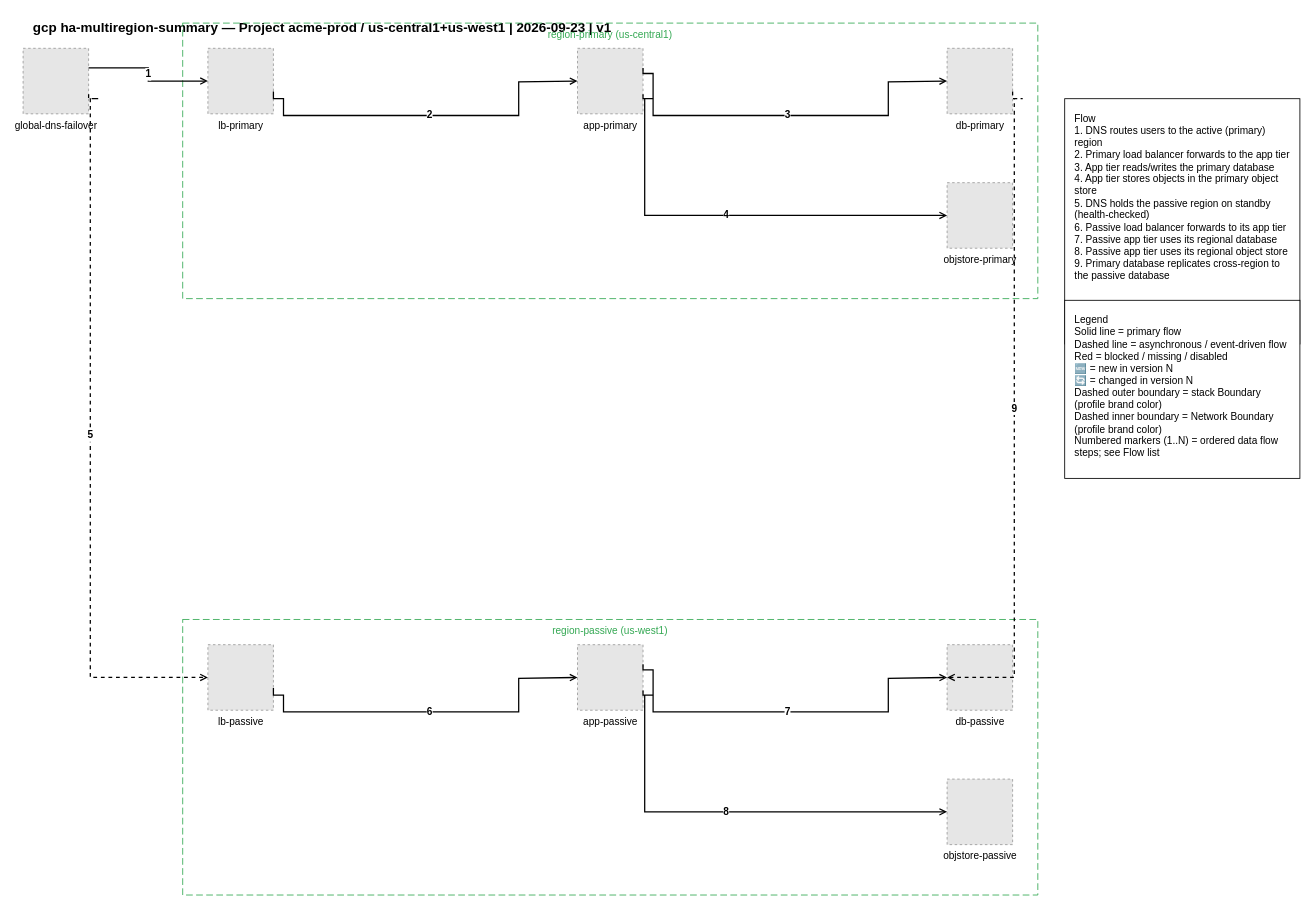
totoshko88/Cloud_Architecture keeps this draw.io diagram as examples/gcp/02-gcp-ha-multiregion-summary.drawio. Above is the earlier version. Source tidied: cells renumbered, new cells numbered last; positions are measured from the earlier drawing's top-left corner, leaving out a move shared by most shapes. Both pictures are drawn from the tidied source at 84%, with x=0, y=0 at pixel (23, 14). Pictures stored in the file or linked from it are replaced by grey dashed boxes.
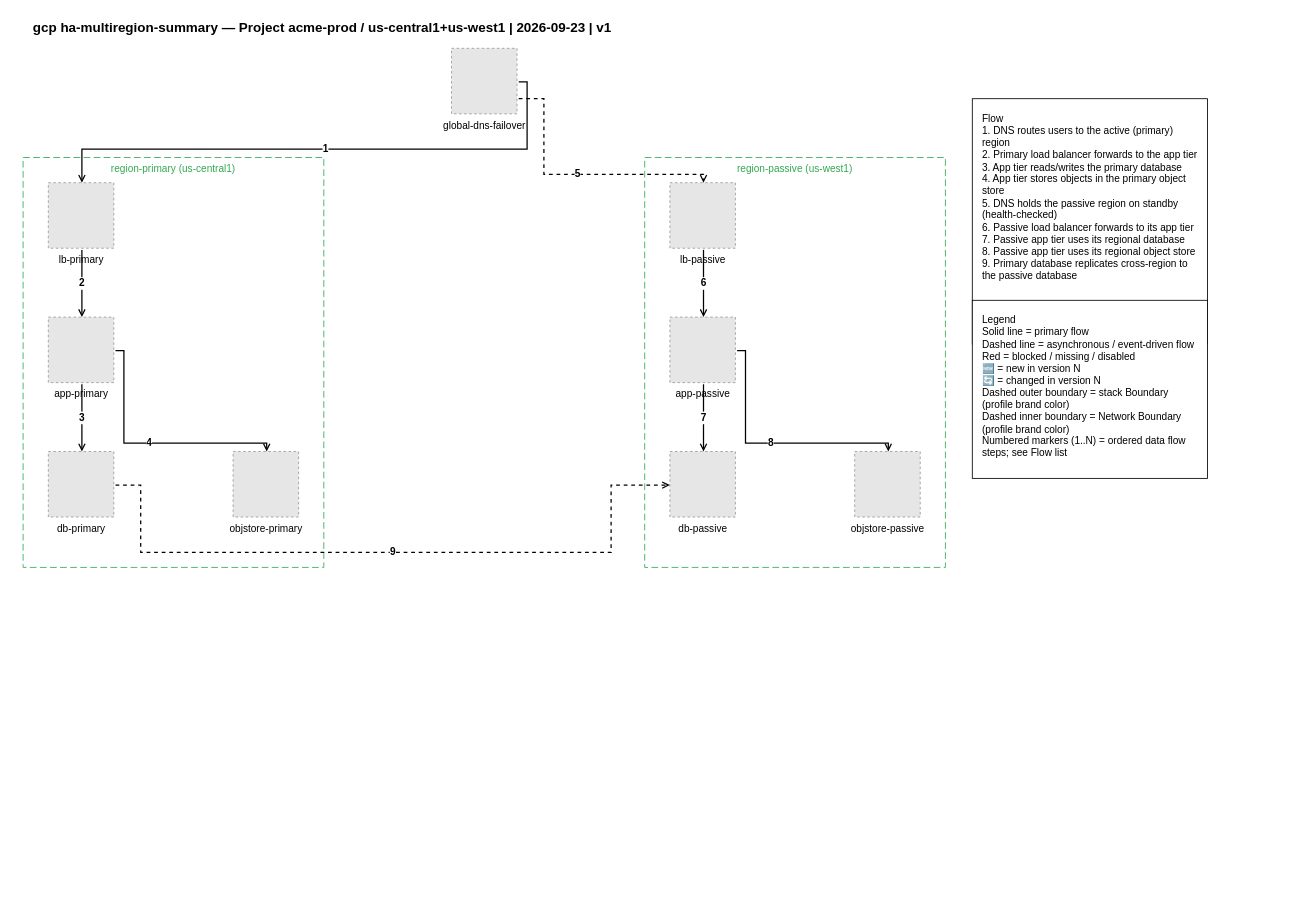
The same page after the edit.

Change to the diagram source:
```diff
@@
     <mxCell id="3" value="region-primary (us-central1)" style="rounded=0;whiteSpace=wrap;html=1;dashed=1;dashPattern=8 4;strokeColor=#34A853;fillColor=none;verticalAlign=top;fontColor=#34A853;fontSize=12;" parent="1" vertex="1">
-      <mxGeometry x="190" y="10" width="1018" height="328" as="geometry" />
+      <mxGeometry y="170" width="358" height="488" as="geometry" />
     </mxCell>
     <mxCell id="4" value="region-passive (us-west1)" style="rounded=0;whiteSpace=wrap;html=1;dashed=1;dashPattern=8 4;strokeColor=#34A853;fillColor=none;verticalAlign=top;fontColor=#34A853;fontSize=12;" parent="1" vertex="1">
-      <mxGeometry x="190" y="720" width="1018" height="328" as="geometry" />
+      <mxGeometry x="740" y="170" width="358" height="488" as="geometry" />
     </mxCell>
     <mxCell id="5" value="global-dns-failover" style="fillColor=#E6E6E6;strokeColor=#999999;dashed=1;verticalLabelPosition=bottom;verticalAlign=top;html=1;align=center;fontSize=12;" parent="1" vertex="1">
-      <mxGeometry y="40" width="78" height="78" as="geometry" />
+      <mxGeometry x="510" y="40" width="78" height="78" as="geometry" />
     </mxCell>
     <mxCell id="6" value="lb-primary" style="fillColor=#E6E6E6;strokeColor=#999999;dashed=1;verticalLabelPosition=bottom;verticalAlign=top;html=1;align=center;fontSize=12;" parent="1" vertex="1">
-      <mxGeometry x="220" y="40" width="78" height="78" as="geometry" />
+      <mxGeometry x="30" y="200" width="78" height="78" as="geometry" />
     </mxCell>
     <mxCell id="7" value="app-primary" style="fillColor=#E6E6E6;strokeColor=#999999;dashed=1;verticalLabelPosition=bottom;verticalAlign=top;html=1;align=center;fontSize=12;" parent="1" vertex="1">
-      <mxGeometry x="660" y="40" width="78" height="78" as="geometry" />
+      <mxGeometry x="30" y="360" width="78" height="78" as="geometry" />
     </mxCell>
     <mxCell id="8" value="db-primary" style="fillColor=#E6E6E6;strokeColor=#999999;dashed=1;verticalLabelPosition=bottom;verticalAlign=top;html=1;align=center;fontSize=12;" parent="1" vertex="1">
-      <mxGeometry x="1100" y="40" width="78" height="78" as="geometry" />
+      <mxGeometry x="30" y="520" width="78" height="78" as="geometry" />
     </mxCell>
     <mxCell id="9" value="objstore-primary" style="fillColor=#E6E6E6;strokeColor=#999999;dashed=1;verticalLabelPosition=bottom;verticalAlign=top;html=1;align=center;fontSize=12;" parent="1" vertex="1">
-      <mxGeometry x="1100" y="200" width="78" height="78" as="geometry" />
+      <mxGeometry x="250" y="520" width="78" height="78" as="geometry" />
     </mxCell>
     <mxCell id="10" value="lb-passive" style="fillColor=#E6E6E6;strokeColor=#999999;dashed=1;verticalLabelPosition=bottom;verticalAlign=top;html=1;align=center;fontSize=12;" parent="1" vertex="1">
-      <mxGeometry x="220" y="750" width="78" height="78" as="geometry" />
+      <mxGeometry x="770" y="200" width="78" height="78" as="geometry" />
     </mxCell>
     <mxCell id="11" value="app-passive" style="fillColor=#E6E6E6;strokeColor=#999999;dashed=1;verticalLabelPosition=bottom;verticalAlign=top;html=1;align=center;fontSize=12;" parent="1" vertex="1">
-      <mxGeometry x="660" y="750" width="78" height="78" as="geometry" />
+      <mxGeometry x="770" y="360" width="78" height="78" as="geometry" />
     </mxCell>
     <mxCell id="12" value="db-passive" style="fillColor=#E6E6E6;strokeColor=#999999;dashed=1;verticalLabelPosition=bottom;verticalAlign=top;html=1;align=center;fontSize=12;" parent="1" vertex="1">
-      <mxGeometry x="1100" y="750" width="78" height="78" as="geometry" />
+      <mxGeometry x="770" y="520" width="78" height="78" as="geometry" />
     </mxCell>
     <mxCell id="13" value="objstore-passive" style="fillColor=#E6E6E6;strokeColor=#999999;dashed=1;verticalLabelPosition=bottom;verticalAlign=top;html=1;align=center;fontSize=12;" parent="1" vertex="1">
-      <mxGeometry x="1100" y="910" width="78" height="78" as="geometry" />
+      <mxGeometry x="990" y="520" width="78" height="78" as="geometry" />
     </mxCell>
-    <mxCell id="14" value="1" style="edgeStyle=orthogonalEdgeStyle;rounded=0;html=1;endArrow=open;endFill=0;strokeWidth=1.5;exitX=1.0;exitY=0.3;exitDx=0;exitDy=0;exitPerimeter=0;entryX=0.0;entryY=0.5;entryDx=0;entryDy=0;fontSize=12;fontStyle=1;" parent="1" edge="1" source="5" target="6">
-      <mxGeometry relative="1" as="geometry" />
+    <mxCell id="14" value="1" style="edgeStyle=orthogonalEdgeStyle;rounded=0;html=1;endArrow=open;endFill=0;strokeWidth=1.5;exitX=1.0256410256410255;exitY=0.5128205128205128;exitDx=0;exitDy=0;exitPerimeter=0;entryX=0.5128205128205128;entryY=0.0;entryDx=0;entryDy=0;fontSize=12;fontStyle=1;" parent="1" edge="1" source="5" target="6">
+      <mxGeometry relative="1" as="geometry">
+        <Array as="points">
+          <mxPoint x="600" y="80" />
+          <mxPoint x="600" y="160" />
+          <mxPoint x="70" y="160" />
+          <mxPoint x="70" y="200" />
+        </Array>
+      </mxGeometry>
     </mxCell>
-    <mxCell id="15" value="2" style="edgeStyle=orthogonalEdgeStyle;rounded=0;html=1;endArrow=open;endFill=0;strokeWidth=1.5;exitX=1.0;exitY=0.66;exitDx=0;exitDy=0;exitPerimeter=0;entryX=0.0;entryY=0.5;entryDx=0;entryDy=0;fontSize=12;fontStyle=1;" parent="1" edge="1" source="6" target="7">
-      <mxGeometry relative="1" as="geometry">
-        <Array as="points">
-          <mxPoint x="310" y="100" />
-          <mxPoint x="310" y="120" />
-          <mxPoint x="590" y="120" />
-          <mxPoint x="590" y="80" />
-        </Array>
-      </mxGeometry>
+    <mxCell id="15" value="2" style="edgeStyle=orthogonalEdgeStyle;rounded=0;html=1;endArrow=open;endFill=0;strokeWidth=1.5;exitX=0.5128205128205128;exitY=1.0256410256410255;exitDx=0;exitDy=0;exitPerimeter=0;entryX=0.5128205128205128;entryY=0.0;entryDx=0;entryDy=0;fontSize=12;fontStyle=1;" parent="1" edge="1" source="6" target="7">
+      <mxGeometry relative="1" as="geometry" />
     </mxCell>
-    <mxCell id="16" value="3" style="edgeStyle=orthogonalEdgeStyle;rounded=0;html=1;endArrow=open;endFill=0;strokeWidth=1.5;exitX=1.0;exitY=0.3;exitDx=0;exitDy=0;exitPerimeter=0;entryX=0.0;entryY=0.5;entryDx=0;entryDy=0;fontSize=12;fontStyle=1;" parent="1" edge="1" source="7" target="8">
-      <mxGeometry relative="1" as="geometry">
-        <Array as="points">
-          <mxPoint x="750" y="70" />
-          <mxPoint x="750" y="120" />
-          <mxPoint x="1030" y="120" />
-          <mxPoint x="1030" y="80" />
-        </Array>
-      </mxGeometry>
+    <mxCell id="16" value="3" style="edgeStyle=orthogonalEdgeStyle;rounded=0;html=1;endArrow=open;endFill=0;strokeWidth=1.5;exitX=0.5128205128205128;exitY=1.0256410256410255;exitDx=0;exitDy=0;exitPerimeter=0;entryX=0.5128205128205128;entryY=0.0;entryDx=0;entryDy=0;fontSize=12;fontStyle=1;" parent="1" edge="1" source="7" target="8">
+      <mxGeometry relative="1" as="geometry" />
     </mxCell>
-    <mxCell id="17" value="4" style="edgeStyle=orthogonalEdgeStyle;rounded=0;html=1;endArrow=open;endFill=0;strokeWidth=1.5;exitX=1.0;exitY=0.7;exitDx=0;exitDy=0;exitPerimeter=0;entryX=0.0;entryY=0.5;entryDx=0;entryDy=0;fontSize=12;fontStyle=1;" parent="1" edge="1" source="7" target="9">
+    <mxCell id="17" value="4" style="edgeStyle=orthogonalEdgeStyle;rounded=0;html=1;endArrow=open;endFill=0;strokeWidth=1.5;exitX=1.0256410256410255;exitY=0.5128205128205128;exitDx=0;exitDy=0;exitPerimeter=0;entryX=0.5128205128205128;entryY=0.0;entryDx=0;entryDy=0;fontSize=12;fontStyle=1;" parent="1" edge="1" source="7" target="9">
       <mxGeometry relative="1" as="geometry">
         <Array as="points">
-          <mxPoint x="750" y="100" />
-          <mxPoint x="740" y="100" />
-          <mxPoint x="740" y="240" />
+          <mxPoint x="120" y="400" />
+          <mxPoint x="120" y="510" />
+          <mxPoint x="290" y="510" />
+          <mxPoint x="290" y="520" />
         </Array>
       </mxGeometry>
     </mxCell>
-    <mxCell id="18" value="5" style="edgeStyle=orthogonalEdgeStyle;rounded=0;html=1;endArrow=open;endFill=0;strokeWidth=1.5;dashed=1;exitX=1.0;exitY=0.7;exitDx=0;exitDy=0;exitPerimeter=0;entryX=0.0;entryY=0.5;entryDx=0;entryDy=0;fontSize=12;fontStyle=1;" parent="1" edge="1" source="5" target="10">
+    <mxCell id="18" value="5" style="edgeStyle=orthogonalEdgeStyle;rounded=0;html=1;endArrow=open;endFill=0;strokeWidth=1.5;dashed=1;exitX=1.0256410256410255;exitY=0.7692307692307693;exitDx=0;exitDy=0;exitPerimeter=0;entryX=0.5128205128205128;entryY=0.0;entryDx=0;entryDy=0;fontSize=12;fontStyle=1;" parent="1" edge="1" source="5" target="10">
       <mxGeometry relative="1" as="geometry">
         <Array as="points">
-          <mxPoint x="90" y="100" />
-          <mxPoint x="80" y="100" />
-          <mxPoint x="80" y="790" />
+          <mxPoint x="620" y="100" />
+          <mxPoint x="620" y="190" />
+          <mxPoint x="810" y="190" />
+          <mxPoint x="810" y="200" />
         </Array>
       </mxGeometry>
     </mxCell>
-    <mxCell id="19" value="6" style="edgeStyle=orthogonalEdgeStyle;rounded=0;html=1;endArrow=open;endFill=0;strokeWidth=1.5;exitX=1.0;exitY=0.66;exitDx=0;exitDy=0;exitPerimeter=0;entryX=0.0;entryY=0.5;entryDx=0;entryDy=0;fontSize=12;fontStyle=1;" parent="1" edge="1" source="10" target="11">
-      <mxGeometry relative="1" as="geometry">
-        <Array as="points">
-          <mxPoint x="310" y="810" />
-          <mxPoint x="310" y="830" />
-          <mxPoint x="590" y="830" />
-          <mxPoint x="590" y="790" />
-        </Array>
-      </mxGeometry>
+    <mxCell id="19" value="6" style="edgeStyle=orthogonalEdgeStyle;rounded=0;html=1;endArrow=open;endFill=0;strokeWidth=1.5;exitX=0.5128205128205128;exitY=1.0256410256410255;exitDx=0;exitDy=0;exitPerimeter=0;entryX=0.5128205128205128;entryY=0.0;entryDx=0;entryDy=0;fontSize=12;fontStyle=1;" parent="1" edge="1" source="10" target="11">
+      <mxGeometry relative="1" as="geometry" />
     </mxCell>
-    <mxCell id="20" value="7" style="edgeStyle=orthogonalEdgeStyle;rounded=0;html=1;endArrow=open;endFill=0;strokeWidth=1.5;exitX=1.0;exitY=0.3;exitDx=0;exitDy=0;exitPerimeter=0;entryX=0.0;entryY=0.5;entryDx=0;entryDy=0;fontSize=12;fontStyle=1;" parent="1" edge="1" source="11" target="12">
-      <mxGeometry relative="1" as="geometry">
-        <Array as="points">
-          <mxPoint x="750" y="780" />
-          <mxPoint x="750" y="830" />
-          <mxPoint x="1030" y="830" />
-          <mxPoint x="1030" y="790" />
-        </Array>
-      </mxGeometry>
+    <mxCell id="20" value="7" style="edgeStyle=orthogonalEdgeStyle;rounded=0;html=1;endArrow=open;endFill=0;strokeWidth=1.5;exitX=0.5128205128205128;exitY=1.0256410256410255;exitDx=0;exitDy=0;exitPerimeter=0;entryX=0.5128205128205128;entryY=0.0;entryDx=0;entryDy=0;fontSize=12;fontStyle=1;" parent="1" edge="1" source="11" target="12">
+      <mxGeometry relative="1" as="geometry" />
     </mxCell>
-    <mxCell id="21" value="8" style="edgeStyle=orthogonalEdgeStyle;rounded=0;html=1;endArrow=open;endFill=0;strokeWidth=1.5;exitX=1.0;exitY=0.7;exitDx=0;exitDy=0;exitPerimeter=0;entryX=0.0;entryY=0.5;entryDx=0;entryDy=0;fontSize=12;fontStyle=1;" parent="1" edge="1" source="11" target="13">
+    <mxCell id="21" value="8" style="edgeStyle=orthogonalEdgeStyle;rounded=0;html=1;endArrow=open;endFill=0;strokeWidth=1.5;exitX=1.0256410256410255;exitY=0.5128205128205128;exitDx=0;exitDy=0;exitPerimeter=0;entryX=0.5128205128205128;entryY=0.0;entryDx=0;entryDy=0;fontSize=12;fontStyle=1;" parent="1" edge="1" source="11" target="13">
       <mxGeometry relative="1" as="geometry">
         <Array as="points">
-          <mxPoint x="750" y="810" />
-          <mxPoint x="740" y="810" />
-          <mxPoint x="740" y="950" />
+          <mxPoint x="860" y="400" />
+          <mxPoint x="860" y="510" />
+          <mxPoint x="1030" y="510" />
+          <mxPoint x="1030" y="520" />
         </Array>
       </mxGeometry>
     </mxCell>
-    <mxCell id="22" value="9" style="edgeStyle=orthogonalEdgeStyle;rounded=0;html=1;endArrow=open;endFill=0;strokeWidth=1.5;dashed=1;exitX=1.0;exitY=0.66;exitDx=0;exitDy=0;exitPerimeter=0;entryX=0.0;entryY=0.5;entryDx=0;entryDy=0;fontSize=12;fontStyle=1;" parent="1" edge="1" source="8" target="12">
+    <mxCell id="22" value="9" style="edgeStyle=orthogonalEdgeStyle;rounded=0;html=1;endArrow=open;endFill=0;strokeWidth=1.5;dashed=1;exitX=1.0256410256410255;exitY=0.5128205128205128;exitDx=0;exitDy=0;exitPerimeter=0;entryX=0.0;entryY=0.5128205128205128;entryDx=0;entryDy=0;fontSize=12;fontStyle=1;" parent="1" edge="1" source="8" target="12">
       <mxGeometry relative="1" as="geometry">
         <Array as="points">
-          <mxPoint x="1190" y="100" />
-          <mxPoint x="1180" y="100" />
-          <mxPoint x="1180" y="790" />
+          <mxPoint x="140" y="560" />
+          <mxPoint x="140" y="640" />
+          <mxPoint x="700" y="640" />
+          <mxPoint x="700" y="560" />
         </Array>
       </mxGeometry>
     </mxCell>
     <mxCell id="23" value="Flow&#10;1. DNS routes users to the active (primary) region&#10;2. Primary load balancer forwards to the app tier&#10;3. App tier reads/writes the primary database&#10;4. App tier stores objects in the primary object store&#10;5. DNS holds the passive region on standby (health-checked)&#10;6. Passive load balancer forwards to its app tier&#10;7. Passive app tier uses its regional database&#10;8. Passive app tier uses its regional object store&#10;9. Primary database replicates cross-region to the passive database" style="text;html=1;align=left;verticalAlign=top;fontSize=12;whiteSpace=wrap;strokeColor=#000000;fillColor=#FFFFFF;spacingLeft=10;spacingRight=10;spacingTop=10;spacingBottom=10;" parent="1" vertex="1">
-      <mxGeometry x="1240" y="100" width="280" height="292" as="geometry" />
+      <mxGeometry x="1130" y="100" width="280" height="292" as="geometry" />
     </mxCell>
     <mxCell id="24" value="Legend&#10;Solid line = primary flow&#10;Dashed line = asynchronous / event-driven flow&#10;Red = blocked / missing / disabled&#10;🆕 = new in version N&#10;🔄 = changed in version N&#10;Dashed outer boundary = stack Boundary (profile brand color)&#10;Dashed inner boundary = Network Boundary (profile brand color)&#10;Numbered markers (1..N) = ordered data flow steps; see Flow list" style="text;html=1;align=left;verticalAlign=top;fontSize=12;whiteSpace=wrap;strokeColor=#000000;fillColor=#FFFFFF;spacingLeft=10;spacingRight=10;spacingTop=10;spacingBottom=10;" parent="1" vertex="1">
-      <mxGeometry x="1240" y="340" width="280" height="212" as="geometry" />
+      <mxGeometry x="1130" y="340" width="280" height="212" as="geometry" />
     </mxCell>
```
